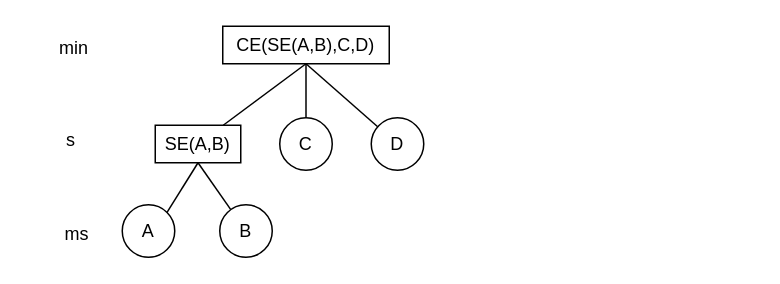
The draw.io diagram page "第 5 页" (5 of 6) of 多分辨率时间关系复杂事件识别.drawio in LiLiJacky/graphData, before the edit. Source tidied: cells renumbered, new cells numbered last; positions are measured from the earlier drawing's top-left corner, leaving out a move shared by most shapes. Both pictures are drawn from the tidied source at 150%, with x=0, y=0 at pixel (26, 26).
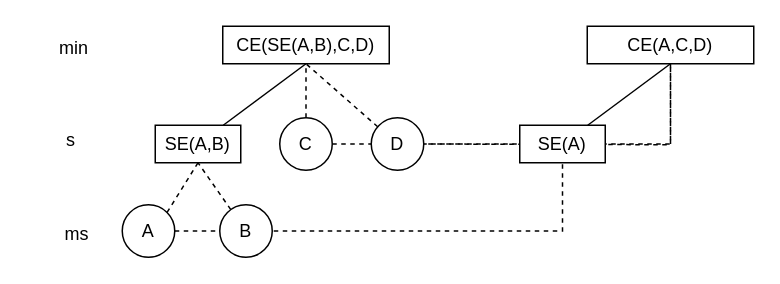
The same diagram, later.

The change refers to these unchanged cells:
```xml
<mxCell id="3" value="A" style="ellipse;whiteSpace=wrap;html=1;" parent="1" vertex="1">
  <mxGeometry x="64" y="119" width="35" height="35" as="geometry" />
</mxCell>
<mxCell id="5" value="B" style="ellipse;whiteSpace=wrap;html=1;" parent="1" vertex="1">
  <mxGeometry x="129" y="119" width="35" height="35" as="geometry" />
</mxCell>
<mxCell id="7" value="SE(A,B)" style="rounded=0;whiteSpace=wrap;html=1;" parent="1" vertex="1">
  <mxGeometry x="86" y="66" width="57" height="25" as="geometry" />
</mxCell>
<mxCell id="9" value="C" style="ellipse;whiteSpace=wrap;html=1;" parent="1" vertex="1">
  <mxGeometry x="169" y="61" width="35" height="35" as="geometry" />
</mxCell>
<mxCell id="11" value="D" style="ellipse;whiteSpace=wrap;html=1;" parent="1" vertex="1">
  <mxGeometry x="230" y="61" width="35" height="35" as="geometry" />
</mxCell>
<mxCell id="12" value="CE(SE(A,B),C,D)" style="rounded=0;whiteSpace=wrap;html=1;" parent="1" vertex="1">
  <mxGeometry x="131" width="111" height="25" as="geometry" />
</mxCell>
```

Diff of the diagram source:
```diff
@@
-    <mxCell id="2" style="rounded=0;jettySize=auto;html=1;exitX=1;exitY=0;exitDx=0;exitDy=0;entryX=0.5;entryY=1;entryDx=0;entryDy=0;endArrow=none;endFill=0;" parent="1" edge="1" source="3" target="7">
+    <mxCell id="2" style="rounded=0;jettySize=auto;html=1;exitX=1;exitY=0;exitDx=0;exitDy=0;entryX=0.5;entryY=1;entryDx=0;entryDy=0;endArrow=none;endFill=0;dashed=1;" parent="1" edge="1" source="3" target="7">
       <mxGeometry relative="1" as="geometry" />
     </mxCell>
+    <mxCell id="16" style="edgeStyle=orthogonalEdgeStyle;rounded=0;jettySize=auto;html=1;dashed=1;endArrow=none;endFill=0;" parent="1" edge="1" source="3" target="20">
+      <mxGeometry relative="1" as="geometry" />
+    </mxCell>
@@
-    <mxCell id="4" style="rounded=0;jettySize=auto;html=1;entryX=0.5;entryY=1;entryDx=0;entryDy=0;endArrow=none;endFill=0;" parent="1" edge="1" source="5" target="7">
+    <mxCell id="4" style="rounded=0;jettySize=auto;html=1;entryX=0.5;entryY=1;entryDx=0;entryDy=0;endArrow=none;endFill=0;dashed=1;" parent="1" edge="1" source="5" target="7">
       <mxGeometry relative="1" as="geometry" />
     </mxCell>
@@
-    <mxCell id="8" style="rounded=0;jettySize=auto;html=1;exitX=0.5;exitY=0;exitDx=0;exitDy=0;entryX=0.5;entryY=1;entryDx=0;entryDy=0;endArrow=none;endFill=0;" parent="1" edge="1" source="9" target="12">
+    <mxCell id="8" style="rounded=0;jettySize=auto;html=1;exitX=0.5;exitY=0;exitDx=0;exitDy=0;entryX=0.5;entryY=1;entryDx=0;entryDy=0;endArrow=none;endFill=0;dashed=1;" parent="1" edge="1" source="9" target="12">
       <mxGeometry relative="1" as="geometry" />
     </mxCell>
+    <mxCell id="17" style="edgeStyle=orthogonalEdgeStyle;rounded=0;jettySize=auto;html=1;entryX=0.5;entryY=1;entryDx=0;entryDy=0;dashed=1;endArrow=none;endFill=0;" parent="1" edge="1" source="9" target="21">
+      <mxGeometry relative="1" as="geometry" />
+    </mxCell>
@@
-    <mxCell id="10" style="rounded=0;jettySize=auto;html=1;entryX=0.5;entryY=1;entryDx=0;entryDy=0;endArrow=none;endFill=0;" parent="1" edge="1" source="11" target="12">
+    <mxCell id="10" style="rounded=0;jettySize=auto;html=1;entryX=0.5;entryY=1;entryDx=0;entryDy=0;endArrow=none;endFill=0;dashed=1;" parent="1" edge="1" source="11" target="12">
       <mxGeometry relative="1" as="geometry" />
     </mxCell>
+    <mxCell id="18" style="edgeStyle=orthogonalEdgeStyle;rounded=0;jettySize=auto;html=1;dashed=1;endArrow=none;endFill=0;" parent="1" edge="1" target="21">
+      <mxGeometry relative="1" as="geometry">
+        <mxPoint x="268" y="78.5" as="sourcePoint" />
+      </mxGeometry>
+    </mxCell>
@@
+    <mxCell id="19" style="rounded=0;jettySize=auto;html=1;entryX=0.5;entryY=1;entryDx=0;entryDy=0;endArrow=none;endFill=0;" parent="1" edge="1" source="20" target="21">
+      <mxGeometry relative="1" as="geometry" />
+    </mxCell>
+    <mxCell id="20" value="SE(A)" style="rounded=0;whiteSpace=wrap;html=1;" parent="1" vertex="1">
+      <mxGeometry x="329" y="66" width="57" height="25" as="geometry" />
+    </mxCell>
+    <mxCell id="21" value="CE(A,C,D)" style="rounded=0;whiteSpace=wrap;html=1;" parent="1" vertex="1">
+      <mxGeometry x="374" width="111" height="25" as="geometry" />
+    </mxCell>
```
